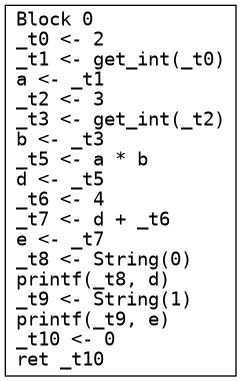
The Graphviz diagram main.png in seanchuck/compiler-s25, before a commit. Its source is kept beside it as main.dot.
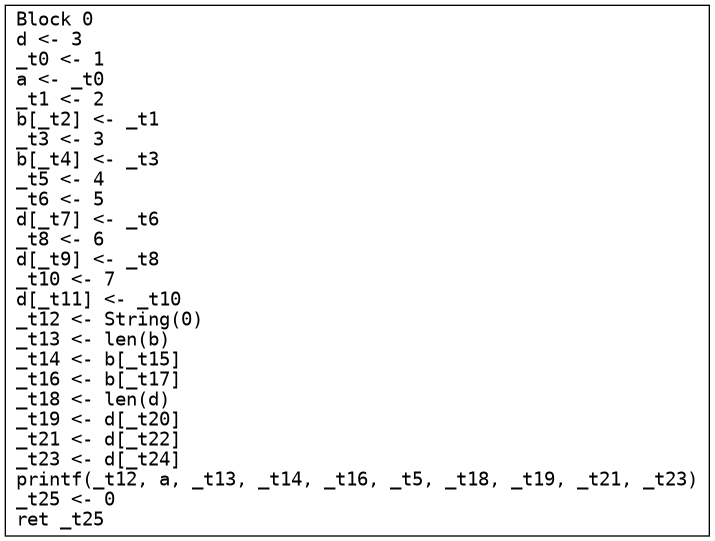
Above is the later version.

Change to the diagram source:
```diff
@@ -1,4 +1,4 @@
 digraph CFG {
   node [shape=box fontname="monospace"];
-  0 [label="Block 0\l_t0 <- 2\l_t1 <- get_int(_t0)\la <- _t1\l_t2 <- 3\l_t3 <- get_int(_t2)\lb <- _t3\l_t5 <- a * b\ld <- _t5\l_t6 <- 4\l_t7 <- d + _t6\le <- _t7\l_t8 <- String(0)\lprintf(_t8, d)\l_t9 <- String(1)\lprintf(_t9, e)\l_t10 <- 0\lret _t10\l"];
+  0 [label="Block 0\ld <- 3\l_t0 <- 1\la <- _t0\l_t1 <- 2\lb[_t2] <- _t1\l_t3 <- 3\lb[_t4] <- _t3\l_t5 <- 4\l_t6 <- 5\ld[_t7] <- _t6\l_t8 <- 6\ld[_t9] <- _t8\l_t10 <- 7\ld[_t11] <- _t10\l_t12 <- String(0)\l_t13 <- len(b)\l_t14 <- b[_t15]\l_t16 <- b[_t17]\l_t18 <- len(d)\l_t19 <- d[_t20]\l_t21 <- d[_t22]\l_t23 <- d[_t24]\lprintf(_t12, a, _t13, _t14, _t16, _t5, _t18, _t19, _t21, _t23)\l_t25 <- 0\lret _t25\l"];
 }
```
